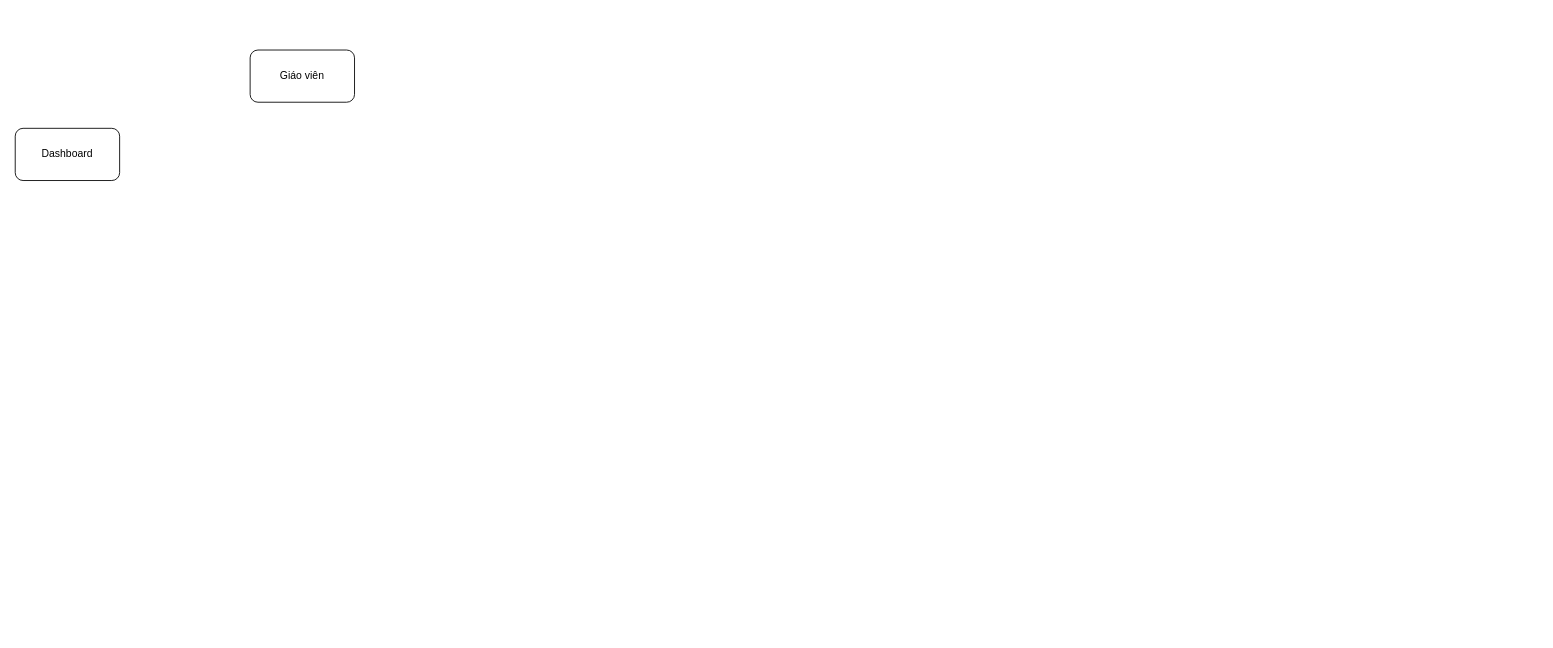
Above: studydr.drawio in vuongnd03/black-had (draw.io), before the change. Source tidied: cells renumbered, new cells numbered last; positions are measured from the earlier drawing's top-left corner, leaving out a move shared by most shapes. Both pictures are drawn from the tidied source at 87%, with x=0, y=0 at pixel (15, 50).
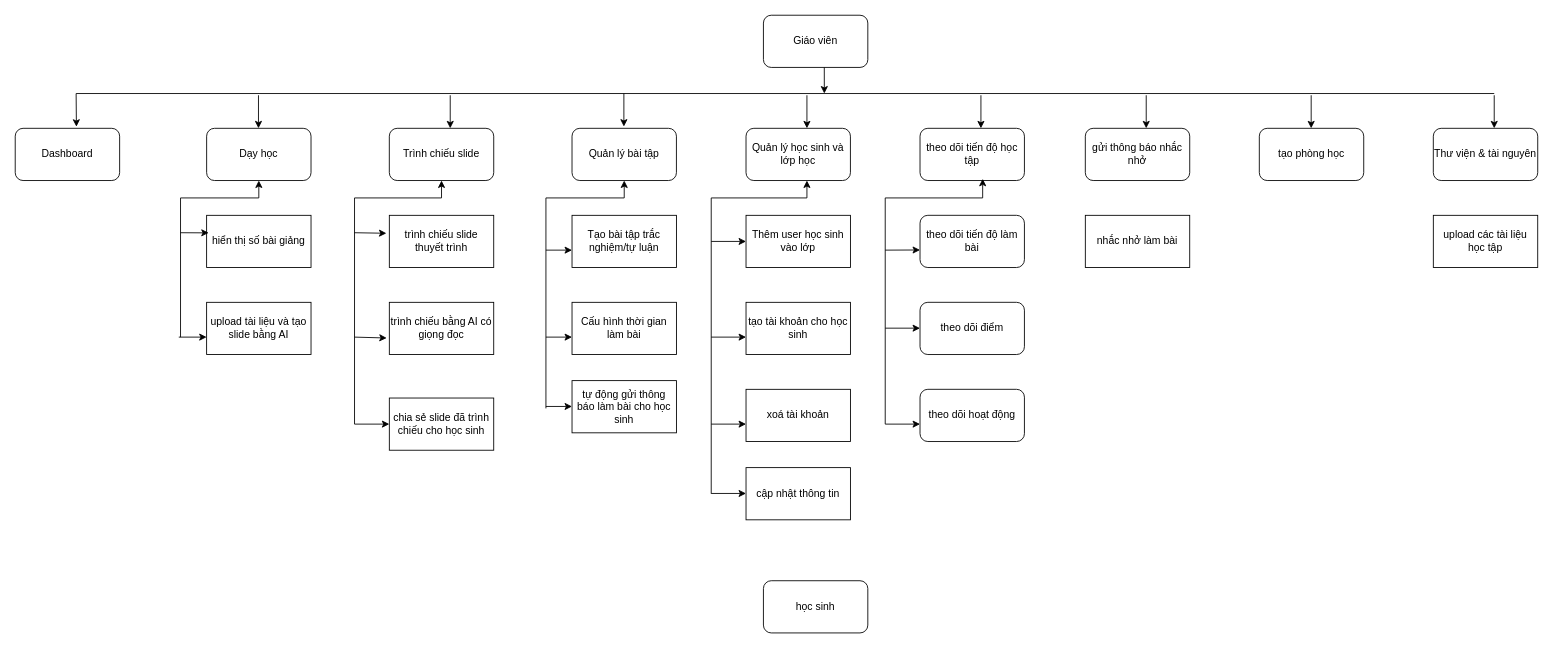
The same page after the edit.

Unchanged cells that the change refers to:
```xml
<mxCell id="3" value="Dashboard" style="rounded=1;whiteSpace=wrap;html=1;" parent="1" vertex="1">
  <mxGeometry y="90" width="120" height="60" as="geometry" />
</mxCell>
```

Diff of the diagram source:
```diff
@@
     <mxCell id="2" value="Giáo viên" style="rounded=1;whiteSpace=wrap;html=1;" parent="1" vertex="1">
-      <mxGeometry x="270" width="120" height="60" as="geometry" />
+      <mxGeometry x="860" y="-40" width="120" height="60" as="geometry" />
     </mxCell>
@@
+    <mxCell id="4" value="Dạy học" style="rounded=1;whiteSpace=wrap;html=1;" parent="1" vertex="1">
+      <mxGeometry x="220" y="90" width="120" height="60" as="geometry" />
+    </mxCell>
+    <mxCell id="5" value="hiển thị số bài giảng" style="rounded=0;whiteSpace=wrap;html=1;" parent="1" vertex="1">
+      <mxGeometry x="220" y="190" width="120" height="60" as="geometry" />
+    </mxCell>
+    <mxCell id="6" value="upload tài liệu và tạo slide bằng AI" style="rounded=0;whiteSpace=wrap;html=1;" parent="1" vertex="1">
+      <mxGeometry x="220" y="290" width="120" height="60" as="geometry" />
+    </mxCell>
+    <mxCell id="7" value="Trình chiếu slide" style="rounded=1;whiteSpace=wrap;html=1;" parent="1" vertex="1">
+      <mxGeometry x="430" y="90" width="120" height="60" as="geometry" />
+    </mxCell>
+    <mxCell id="8" value="trình chiếu slide thuyết trình" style="rounded=0;whiteSpace=wrap;html=1;" parent="1" vertex="1">
+      <mxGeometry x="430" y="190" width="120" height="60" as="geometry" />
+    </mxCell>
+    <mxCell id="9" value="trình chiếu bằng AI có giọng đọc" style="rounded=0;whiteSpace=wrap;html=1;" parent="1" vertex="1">
+      <mxGeometry x="430" y="290" width="120" height="60" as="geometry" />
+    </mxCell>
+    <mxCell id="10" value="Quản lý bài tập" style="rounded=1;whiteSpace=wrap;html=1;" parent="1" vertex="1">
+      <mxGeometry x="640" y="90" width="120" height="60" as="geometry" />
+    </mxCell>
+    <mxCell id="11" value="Tạo bài tập trắc nghiệm/tự luận" style="rounded=0;whiteSpace=wrap;html=1;" parent="1" vertex="1">
+      <mxGeometry x="640" y="190" width="120" height="60" as="geometry" />
+    </mxCell>
+    <mxCell id="12" value="Cấu hình thời gian làm bài" style="rounded=0;whiteSpace=wrap;html=1;" parent="1" vertex="1">
+      <mxGeometry x="640" y="290" width="120" height="60" as="geometry" />
+    </mxCell>
+    <mxCell id="13" value="Thêm user học sinh vào lớp" style="rounded=0;whiteSpace=wrap;html=1;" parent="1" vertex="1">
+      <mxGeometry x="840" y="190" width="120" height="60" as="geometry" />
+    </mxCell>
+    <mxCell id="14" value="Quản lý học sinh và lớp học" style="rounded=1;whiteSpace=wrap;html=1;" parent="1" vertex="1">
+      <mxGeometry x="840" y="90" width="120" height="60" as="geometry" />
+    </mxCell>
+    <mxCell id="15" value="tạo tài khoản cho học sinh" style="rounded=0;whiteSpace=wrap;html=1;" parent="1" vertex="1">
+      <mxGeometry x="840" y="290" width="120" height="60" as="geometry" />
+    </mxCell>
+    <mxCell id="16" value="xoá tài khoản" style="rounded=0;whiteSpace=wrap;html=1;" parent="1" vertex="1">
+      <mxGeometry x="840" y="390" width="120" height="60" as="geometry" />
+    </mxCell>
+    <mxCell id="17" value="cập nhật thông tin" style="rounded=0;whiteSpace=wrap;html=1;" parent="1" vertex="1">
+      <mxGeometry x="840" y="480" width="120" height="60" as="geometry" />
+    </mxCell>
+    <mxCell id="18" value="theo dõi tiến độ học tập" style="rounded=1;whiteSpace=wrap;html=1;" parent="1" vertex="1">
+      <mxGeometry x="1040" y="90" width="120" height="60" as="geometry" />
+    </mxCell>
+    <mxCell id="19" value="gửi thông báo nhắc nhở" style="rounded=1;whiteSpace=wrap;html=1;" parent="1" vertex="1">
+      <mxGeometry x="1230" y="90" width="120" height="60" as="geometry" />
+    </mxCell>
+    <mxCell id="20" value="theo dõi tiến độ làm bài" style="rounded=1;whiteSpace=wrap;html=1;" parent="1" vertex="1">
+      <mxGeometry x="1040" y="190" width="120" height="60" as="geometry" />
+    </mxCell>
+    <mxCell id="21" value="theo dõi điểm" style="rounded=1;whiteSpace=wrap;html=1;" parent="1" vertex="1">
+      <mxGeometry x="1040" y="290" width="120" height="60" as="geometry" />
+    </mxCell>
+    <mxCell id="22" value="theo dõi hoạt động" style="rounded=1;whiteSpace=wrap;html=1;" parent="1" vertex="1">
+      <mxGeometry x="1040" y="390" width="120" height="60" as="geometry" />
+    </mxCell>
+    <mxCell id="23" value="nhắc nhở làm bài" style="rounded=0;whiteSpace=wrap;html=1;" parent="1" vertex="1">
+      <mxGeometry x="1230" y="190" width="120" height="60" as="geometry" />
+    </mxCell>
+    <mxCell id="24" value="tự động gửi thông báo làm bài cho học sinh" style="rounded=0;whiteSpace=wrap;html=1;" parent="1" vertex="1">
+      <mxGeometry x="640" y="380" width="120" height="60" as="geometry" />
+    </mxCell>
+    <mxCell id="25" value="tạo phòng học" style="rounded=1;whiteSpace=wrap;html=1;" parent="1" vertex="1">
+      <mxGeometry x="1430" y="90" width="120" height="60" as="geometry" />
+    </mxCell>
+    <mxCell id="26" value="Thư viện &amp;amp; tài nguyên" style="rounded=1;whiteSpace=wrap;html=1;" parent="1" vertex="1">
+      <mxGeometry x="1630" y="90" width="120" height="60" as="geometry" />
+    </mxCell>
+    <mxCell id="27" value="upload các tài liệu học tập" style="rounded=0;whiteSpace=wrap;html=1;" parent="1" vertex="1">
+      <mxGeometry x="1630" y="190" width="120" height="60" as="geometry" />
+    </mxCell>
+    <mxCell id="28" style="endArrow=none;html=1;rounded=0;" parent="1" edge="1">
+      <mxGeometry relative="1" as="geometry">
+        <mxPoint x="70" y="50" as="sourcePoint" />
+        <mxPoint x="1700" y="50" as="targetPoint" />
+      </mxGeometry>
+    </mxCell>
+    <mxCell id="29" style="endArrow=classic;html=1;rounded=0;exitX=0.583;exitY=1;exitDx=0;exitDy=0;exitPerimeter=0;" parent="1" edge="1" source="2">
+      <mxGeometry relative="1" as="geometry">
+        <mxPoint x="930" y="50" as="targetPoint" />
+      </mxGeometry>
+    </mxCell>
+    <mxCell id="30" style="endArrow=classic;html=1;rounded=0;entryX=0.586;entryY=-0.031;entryDx=0;entryDy=0;entryPerimeter=0;" parent="1" edge="1" target="3">
+      <mxGeometry relative="1" as="geometry">
+        <mxPoint x="70" y="50" as="sourcePoint" />
+      </mxGeometry>
+    </mxCell>
+    <mxCell id="31" style="endArrow=classic;html=1;rounded=0;entryX=0.586;entryY=-0.031;entryDx=0;entryDy=0;entryPerimeter=0;" parent="1" edge="1">
+      <mxGeometry relative="1" as="geometry">
+        <mxPoint x="279.6" y="52" as="sourcePoint" />
+        <mxPoint x="279.6" y="90" as="targetPoint" />
+      </mxGeometry>
+    </mxCell>
+    <mxCell id="32" style="endArrow=classic;html=1;rounded=0;entryX=0.586;entryY=-0.031;entryDx=0;entryDy=0;entryPerimeter=0;" parent="1" edge="1">
+      <mxGeometry relative="1" as="geometry">
+        <mxPoint x="500" y="52" as="sourcePoint" />
+        <mxPoint x="500" y="90" as="targetPoint" />
+      </mxGeometry>
+    </mxCell>
+    <mxCell id="33" style="endArrow=classic;html=1;rounded=0;entryX=0.586;entryY=-0.031;entryDx=0;entryDy=0;entryPerimeter=0;" parent="1" edge="1">
+      <mxGeometry relative="1" as="geometry">
+        <mxPoint x="699.6" y="50" as="sourcePoint" />
+        <mxPoint x="699.6" y="88" as="targetPoint" />
+      </mxGeometry>
+    </mxCell>
+    <mxCell id="34" style="endArrow=classic;html=1;rounded=0;entryX=0.586;entryY=-0.031;entryDx=0;entryDy=0;entryPerimeter=0;" parent="1" edge="1">
+      <mxGeometry relative="1" as="geometry">
+        <mxPoint x="910" y="52" as="sourcePoint" />
+        <mxPoint x="910" y="90" as="targetPoint" />
+      </mxGeometry>
+    </mxCell>
+    <mxCell id="35" style="endArrow=classic;html=1;rounded=0;entryX=0.586;entryY=-0.031;entryDx=0;entryDy=0;entryPerimeter=0;" parent="1" edge="1">
+      <mxGeometry relative="1" as="geometry">
+        <mxPoint x="1110" y="52" as="sourcePoint" />
+        <mxPoint x="1110" y="90" as="targetPoint" />
+      </mxGeometry>
+    </mxCell>
+    <mxCell id="36" style="endArrow=classic;html=1;rounded=0;entryX=0.586;entryY=-0.031;entryDx=0;entryDy=0;entryPerimeter=0;" parent="1" edge="1">
+      <mxGeometry relative="1" as="geometry">
+        <mxPoint x="1300" y="52" as="sourcePoint" />
+        <mxPoint x="1300" y="90" as="targetPoint" />
+      </mxGeometry>
+    </mxCell>
+    <mxCell id="37" style="endArrow=classic;html=1;rounded=0;entryX=0.586;entryY=-0.031;entryDx=0;entryDy=0;entryPerimeter=0;" parent="1" edge="1">
+      <mxGeometry relative="1" as="geometry">
+        <mxPoint x="1489.6" y="52" as="sourcePoint" />
+        <mxPoint x="1489.6" y="90" as="targetPoint" />
+      </mxGeometry>
+    </mxCell>
+    <mxCell id="38" style="endArrow=classic;html=1;rounded=0;entryX=0.586;entryY=-0.031;entryDx=0;entryDy=0;entryPerimeter=0;" parent="1" edge="1">
+      <mxGeometry relative="1" as="geometry">
+        <mxPoint x="1700" y="52" as="sourcePoint" />
+        <mxPoint x="1700" y="90" as="targetPoint" />
+      </mxGeometry>
+    </mxCell>
+    <mxCell id="39" style="endArrow=none;html=1;rounded=0;" parent="1" edge="1">
+      <mxGeometry relative="1" as="geometry">
+        <mxPoint x="190" y="330" as="sourcePoint" />
+        <mxPoint x="190" y="170" as="targetPoint" />
+      </mxGeometry>
+    </mxCell>
+    <mxCell id="40" style="endArrow=classic;html=1;rounded=0;entryX=0.02;entryY=0.336;entryDx=0;entryDy=0;entryPerimeter=0;" parent="1" edge="1" target="5">
+      <mxGeometry relative="1" as="geometry">
+        <mxPoint x="190" y="210" as="sourcePoint" />
+      </mxGeometry>
+    </mxCell>
+    <mxCell id="41" style="endArrow=classic;html=1;rounded=0;entryX=0.02;entryY=0.336;entryDx=0;entryDy=0;entryPerimeter=0;" parent="1" edge="1">
+      <mxGeometry relative="1" as="geometry">
+        <mxPoint x="188" y="330" as="sourcePoint" />
+        <mxPoint x="220" y="330" as="targetPoint" />
+      </mxGeometry>
+    </mxCell>
+    <mxCell id="42" style="endArrow=classic;html=1;rounded=0;entryX=0.5;entryY=1;entryDx=0;entryDy=0;" parent="1" edge="1" target="4">
+      <mxGeometry relative="1" as="geometry">
+        <mxPoint x="190" y="170" as="sourcePoint" />
+        <Array as="points">
+          <mxPoint x="280" y="170" />
+        </Array>
+      </mxGeometry>
+    </mxCell>
+    <mxCell id="43" style="endArrow=none;html=1;rounded=0;" parent="1" edge="1">
+      <mxGeometry relative="1" as="geometry">
+        <mxPoint x="390" y="430" as="sourcePoint" />
+        <mxPoint x="390" y="170" as="targetPoint" />
+      </mxGeometry>
+    </mxCell>
+    <mxCell id="44" style="endArrow=classic;html=1;rounded=0;entryX=0.5;entryY=1;entryDx=0;entryDy=0;" parent="1" edge="1" target="7">
+      <mxGeometry relative="1" as="geometry">
+        <mxPoint x="390" y="170" as="sourcePoint" />
+        <Array as="points">
+          <mxPoint x="490" y="170" />
+        </Array>
+      </mxGeometry>
+    </mxCell>
+    <mxCell id="45" style="endArrow=classic;html=1;rounded=0;entryX=-0.028;entryY=0.344;entryDx=0;entryDy=0;entryPerimeter=0;" parent="1" edge="1" target="8">
+      <mxGeometry relative="1" as="geometry">
+        <mxPoint x="390" y="210" as="sourcePoint" />
+      </mxGeometry>
+    </mxCell>
+    <mxCell id="46" style="endArrow=classic;html=1;rounded=0;entryX=-0.028;entryY=0.344;entryDx=0;entryDy=0;entryPerimeter=0;" parent="1" edge="1">
+      <mxGeometry relative="1" as="geometry">
+        <mxPoint x="390" y="330" as="sourcePoint" />
+        <mxPoint x="427" y="331" as="targetPoint" />
+      </mxGeometry>
+    </mxCell>
+    <mxCell id="47" style="endArrow=none;html=1;rounded=0;" parent="1" edge="1">
+      <mxGeometry relative="1" as="geometry">
+        <mxPoint x="610" y="411.9" as="sourcePoint" />
+        <mxPoint x="610" y="170" as="targetPoint" />
+      </mxGeometry>
+    </mxCell>
+    <mxCell id="48" style="endArrow=classic;html=1;rounded=0;entryX=0.5;entryY=1;entryDx=0;entryDy=0;" parent="1" edge="1" target="10">
+      <mxGeometry relative="1" as="geometry">
+        <mxPoint x="610" y="170" as="sourcePoint" />
+        <Array as="points">
+          <mxPoint x="700" y="170" />
+        </Array>
+      </mxGeometry>
+    </mxCell>
+    <mxCell id="49" style="endArrow=classic;html=1;rounded=0;" parent="1" edge="1">
+      <mxGeometry relative="1" as="geometry">
+        <mxPoint x="610" y="230" as="sourcePoint" />
+        <mxPoint x="640" y="230" as="targetPoint" />
+      </mxGeometry>
+    </mxCell>
+    <mxCell id="50" style="endArrow=classic;html=1;rounded=0;" parent="1" edge="1">
+      <mxGeometry relative="1" as="geometry">
+        <mxPoint x="610" y="330" as="sourcePoint" />
+        <mxPoint x="640" y="330" as="targetPoint" />
+      </mxGeometry>
+    </mxCell>
+    <mxCell id="51" style="endArrow=classic;html=1;rounded=0;" parent="1" edge="1">
+      <mxGeometry relative="1" as="geometry">
+        <mxPoint x="610" y="409.7" as="sourcePoint" />
+        <mxPoint x="640" y="409.7" as="targetPoint" />
+      </mxGeometry>
+    </mxCell>
+    <mxCell id="52" style="endArrow=none;html=1;rounded=0;" parent="1" edge="1">
+      <mxGeometry relative="1" as="geometry">
+        <mxPoint x="800" y="510" as="sourcePoint" />
+        <mxPoint x="800" y="170" as="targetPoint" />
+      </mxGeometry>
+    </mxCell>
+    <mxCell id="53" style="endArrow=classic;html=1;rounded=0;" parent="1" edge="1">
+      <mxGeometry relative="1" as="geometry">
+        <mxPoint x="800" y="170" as="sourcePoint" />
+        <mxPoint x="910" y="150" as="targetPoint" />
+        <Array as="points">
+          <mxPoint x="910" y="170" />
+        </Array>
+      </mxGeometry>
+    </mxCell>
+    <mxCell id="54" style="endArrow=classic;html=1;rounded=0;entryX=0;entryY=0.5;entryDx=0;entryDy=0;" parent="1" edge="1" target="13">
+      <mxGeometry relative="1" as="geometry">
+        <mxPoint x="800" y="220" as="sourcePoint" />
+      </mxGeometry>
+    </mxCell>
+    <mxCell id="55" style="endArrow=classic;html=1;rounded=0;entryX=0;entryY=0.5;entryDx=0;entryDy=0;" parent="1" edge="1">
+      <mxGeometry relative="1" as="geometry">
+        <mxPoint x="800" y="330" as="sourcePoint" />
+        <mxPoint x="840" y="330" as="targetPoint" />
+      </mxGeometry>
+    </mxCell>
+    <mxCell id="56" style="endArrow=classic;html=1;rounded=0;entryX=0;entryY=0.5;entryDx=0;entryDy=0;" parent="1" edge="1">
+      <mxGeometry relative="1" as="geometry">
+        <mxPoint x="800" y="430" as="sourcePoint" />
+        <mxPoint x="840" y="430" as="targetPoint" />
+      </mxGeometry>
+    </mxCell>
+    <mxCell id="57" style="endArrow=classic;html=1;rounded=0;entryX=0;entryY=0.5;entryDx=0;entryDy=0;" parent="1" edge="1">
+      <mxGeometry relative="1" as="geometry">
+        <mxPoint x="800" y="509.7" as="sourcePoint" />
+        <mxPoint x="840" y="509.7" as="targetPoint" />
+      </mxGeometry>
+    </mxCell>
+    <mxCell id="58" style="endArrow=none;html=1;rounded=0;" parent="1" edge="1">
+      <mxGeometry relative="1" as="geometry">
+        <mxPoint x="1000" y="430" as="sourcePoint" />
+        <mxPoint x="1000" y="170" as="targetPoint" />
+      </mxGeometry>
+    </mxCell>
+    <mxCell id="59" style="endArrow=classic;html=1;rounded=0;entryX=0.6;entryY=0.967;entryDx=0;entryDy=0;entryPerimeter=0;" parent="1" edge="1" target="18">
+      <mxGeometry relative="1" as="geometry">
+        <mxPoint x="1000" y="170" as="sourcePoint" />
+        <Array as="points">
+          <mxPoint x="1112" y="170" />
+        </Array>
+      </mxGeometry>
+    </mxCell>
+    <mxCell id="60" style="endArrow=classic;html=1;rounded=0;entryX=0;entryY=0.664;entryDx=0;entryDy=0;entryPerimeter=0;" parent="1" edge="1" target="20">
+      <mxGeometry relative="1" as="geometry">
+        <mxPoint x="1000" y="230" as="sourcePoint" />
+      </mxGeometry>
+    </mxCell>
+    <mxCell id="61" style="endArrow=classic;html=1;rounded=0;entryX=0;entryY=0.664;entryDx=0;entryDy=0;entryPerimeter=0;" parent="1" edge="1">
+      <mxGeometry relative="1" as="geometry">
+        <mxPoint x="1000" y="319.7" as="sourcePoint" />
+        <mxPoint x="1040" y="319.7" as="targetPoint" />
+      </mxGeometry>
+    </mxCell>
+    <mxCell id="62" style="endArrow=classic;html=1;rounded=0;entryX=0;entryY=0.664;entryDx=0;entryDy=0;entryPerimeter=0;" parent="1" edge="1">
+      <mxGeometry relative="1" as="geometry">
+        <mxPoint x="1000" y="430" as="sourcePoint" />
+        <mxPoint x="1040" y="430" as="targetPoint" />
+      </mxGeometry>
+    </mxCell>
+    <mxCell id="63" value="học sinh" style="rounded=1;whiteSpace=wrap;html=1;" parent="1" vertex="1">
+      <mxGeometry x="860" y="610" width="120" height="60" as="geometry" />
+    </mxCell>
+    <mxCell id="64" value="chia sẻ slide đã trình chiếu cho học sinh" style="rounded=0;whiteSpace=wrap;html=1;" parent="1" vertex="1">
+      <mxGeometry x="430" y="400" width="120" height="60" as="geometry" />
+    </mxCell>
+    <mxCell id="65" style="endArrow=classic;html=1;rounded=0;entryX=0;entryY=0.5;entryDx=0;entryDy=0;" parent="1" edge="1" target="64">
+      <mxGeometry relative="1" as="geometry">
+        <mxPoint x="390" y="430" as="sourcePoint" />
+      </mxGeometry>
+    </mxCell>
```
